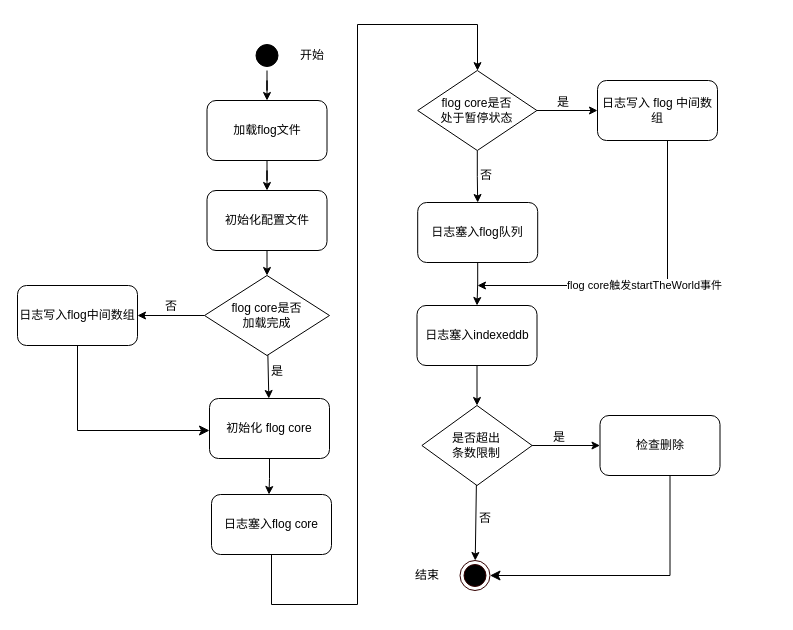
Above: 5.7离线日志写入活动图.drawio in FelixTt/zzzzz (draw.io), before the change. Source tidied: cells renumbered, new cells numbered last; positions are measured from the earlier drawing's top-left corner, leaving out a move shared by most shapes. Both pictures are drawn from the tidied source at 100%, with x=0, y=0 at pixel (17, 24).
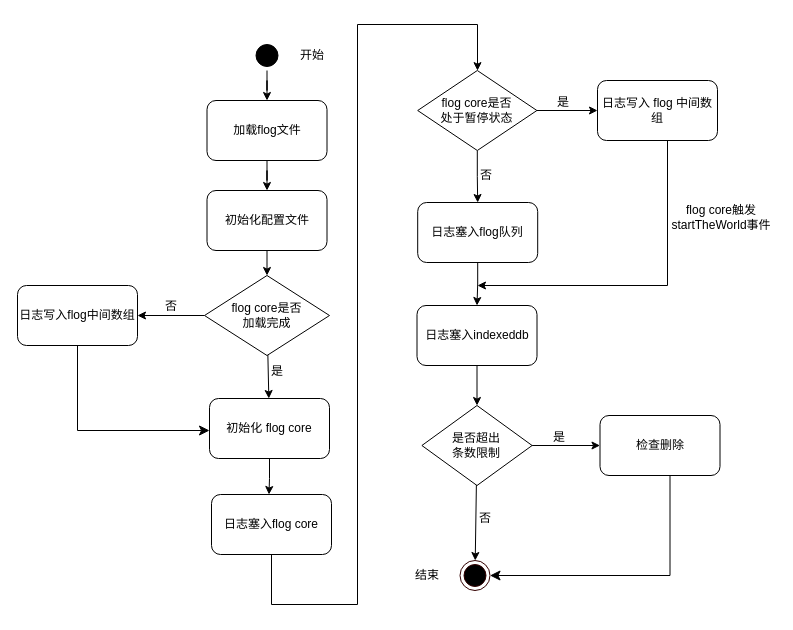
The same page after the edit.

Commit message (it also covers changes not shown here):
更新5.7离线日志写入活动图.drawio

The change refers to these unchanged cells:
```xml
<mxCell id="19" value="日志写入 flog 中间数组" style="rounded=1;whiteSpace=wrap;html=1;" parent="1" vertex="1">
  <mxGeometry x="580" y="56" width="120" height="60" as="geometry" />
</mxCell>
```

Change to the diagram source:
```diff
@@
-    <mxCell id="5" value="flog core触发startTheWorld事件" style="edgeStyle=elbowEdgeStyle;elbow=vertical;endArrow=classic;html=1;rounded=0;labelBorderColor=none;" parent="1" edge="1" source="19">
+    <mxCell id="5" style="edgeStyle=elbowEdgeStyle;elbow=vertical;endArrow=classic;html=1;rounded=0;labelBorderColor=none;" parent="1" edge="1" source="19">
       <mxGeometry relative="1" as="geometry">
         <mxPoint x="460" y="261" as="targetPoint" />
         <Array as="points">
           <mxPoint x="650" y="261" />
         </Array>
       </mxGeometry>
     </mxCell>
@@
+    <mxCell id="40" value="flog core触发startTheWorld事件" style="text;html=1;strokeColor=none;fillColor=none;align=center;verticalAlign=middle;whiteSpace=wrap;rounded=0;" parent="1" vertex="1">
+      <mxGeometry x="650" y="178" width="108" height="30" as="geometry" />
+    </mxCell>
```
